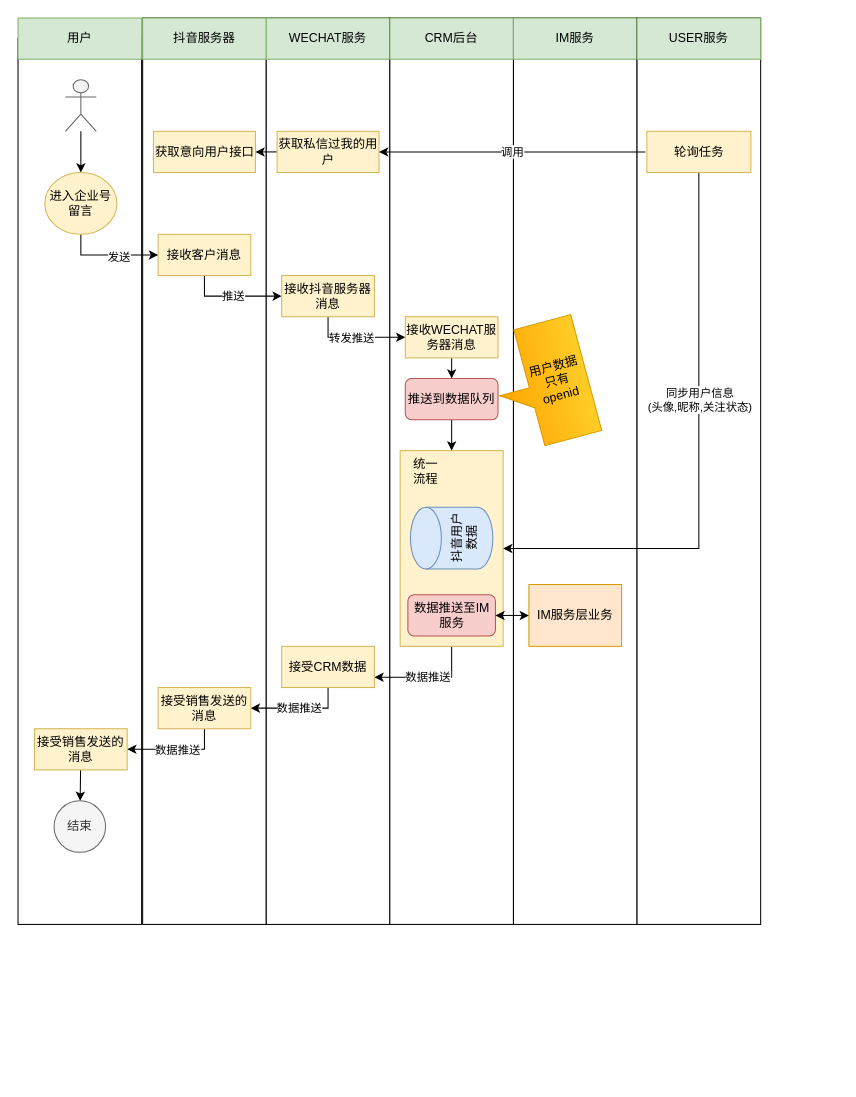
Above: sscf/Untitled Diagram.drawio in lixiansheng123/flow-chat (draw.io), before the change. Source tidied: cells renumbered, new cells numbered last; positions are measured from the earlier drawing's top-left corner, leaving out a move shared by most shapes. Both pictures are drawn from the tidied source at 103%, with x=0, y=0 at pixel (18, 18).
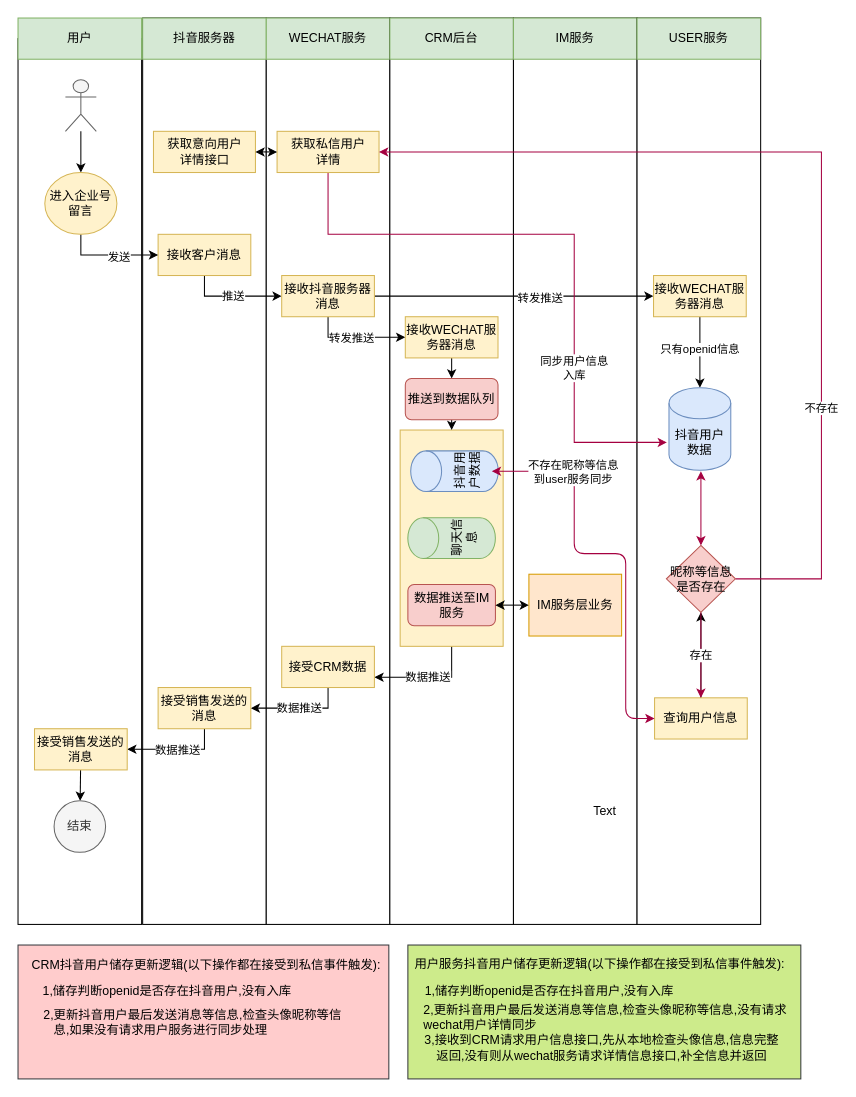
After the change.

Unchanged cells that the change refers to:
```xml
<mxCell id="24" value="接收抖音服务器消息" style="rounded=0;whiteSpace=wrap;html=1;fillColor=#fff2cc;strokeColor=#d6b656;" parent="1" vertex="1">
  <mxGeometry x="256" y="250" width="90" height="40" as="geometry" />
</mxCell>
```

The edit, as a diff of the source:
```diff
@@
+    <mxCell id="53" style="edgeStyle=orthogonalEdgeStyle;rounded=0;jettySize=auto;html=1;" parent="1" edge="1" source="24" target="59">
+      <mxGeometry relative="1" as="geometry" />
+    </mxCell>
+    <mxCell id="54" value="转发推送" style="edgeLabel;html=1;align=center;verticalAlign=middle;" parent="53" vertex="1">
+      <mxGeometry x="0.18" y="-1" relative="1" as="geometry" />
+    </mxCell>
@@
     <mxCell id="29" style="whiteSpace=wrap;html=1;fillColor=#fff2cc;strokeColor=#d6b656;" parent="1" vertex="1">
-      <mxGeometry x="371" y="420" width="100" height="190" as="geometry" />
+      <mxGeometry x="371" y="400" width="100" height="210" as="geometry" />
     </mxCell>
@@
-    <mxCell id="32" value="统一&lt;br&gt;流程" style="text;html=1;strokeColor=none;fillColor=none;align=center;verticalAlign=middle;whiteSpace=wrap;rounded=0;" parent="1" vertex="1">
-      <mxGeometry x="376" y="430" width="40" height="20" as="geometry" />
-    </mxCell>
     <mxCell id="33" value="抖音用户数据" style="shape=cylinder3;whiteSpace=wrap;html=1;boundedLbl=1;backgroundOutline=1;size=15;rotation=-90;fillColor=#dae8fc;strokeColor=#6c8ebf;" parent="1" vertex="1">
-      <mxGeometry x="391" y="465" width="60" height="80" as="geometry" />
+      <mxGeometry x="404" y="397.5" width="39.5" height="85" as="geometry" />
     </mxCell>
     <mxCell id="34" value="数据推送至IM服务" style="rounded=1;whiteSpace=wrap;html=1;fillColor=#f8cecc;strokeColor=#b85450;" parent="1" vertex="1">
-      <mxGeometry x="378.5" y="560" width="85" height="40" as="geometry" />
+      <mxGeometry x="378.5" y="550" width="85" height="40" as="geometry" />
     </mxCell>
     <mxCell id="35" value="IM服务层业务" style="rounded=0;whiteSpace=wrap;html=1;fillColor=#ffe6cc;strokeColor=#d79b00;" parent="1" vertex="1">
-      <mxGeometry x="496" y="550" width="90" height="60" as="geometry" />
+      <mxGeometry x="496" y="540" width="90" height="60" as="geometry" />
     </mxCell>
@@
-    <mxCell id="45" value="&lt;span&gt;用户数据只有openid&lt;/span&gt;" style="shape=callout;whiteSpace=wrap;html=1;perimeter=calloutPerimeter;rotation=-15;gradientColor=#ffa500;fillColor=#ffcd28;strokeColor=#d79b00;direction=south;" parent="1" vertex="1">
-      <mxGeometry x="466" y="297.2" width="87.1" height="116.5" as="geometry" />
-    </mxCell>
-    <mxCell id="46" style="edgeStyle=none;rounded=0;jettySize=auto;html=1;exitX=0;exitY=0.5;exitDx=0;exitDy=0;entryX=1;entryY=0.5;entryDx=0;entryDy=0;" parent="1" edge="1" source="47" target="48">
-      <mxGeometry relative="1" as="geometry" />
-    </mxCell>
+    <mxCell id="55" style="edgeStyle=orthogonalEdgeStyle;rounded=0;jettySize=auto;html=1;fillColor=#d80073;strokeColor=#A50040;" parent="1" edge="1" source="47">
+      <mxGeometry relative="1" as="geometry">
+        <mxPoint x="630" y="412" as="targetPoint" />
+        <Array as="points">
+          <mxPoint x="301" y="210" />
+          <mxPoint x="540" y="210" />
+          <mxPoint x="540" y="412" />
+        </Array>
+      </mxGeometry>
+    </mxCell>
+    <mxCell id="56" value="同步用户信息&lt;br&gt;入库" style="edgeLabel;html=1;align=center;verticalAlign=middle;" parent="55" vertex="1">
+      <mxGeometry x="0.45" y="-1" relative="1" as="geometry" />
+    </mxCell>
-    <mxCell id="47" value="获取私信过我的用户" style="rounded=0;whiteSpace=wrap;html=1;fillColor=#fff2cc;strokeColor=#d6b656;" parent="1" vertex="1">
+    <mxCell id="47" value="获取私信用户&lt;br&gt;详情" style="rounded=0;whiteSpace=wrap;html=1;fillColor=#fff2cc;strokeColor=#d6b656;" parent="1" vertex="1">
       <mxGeometry x="251.5" y="110" width="99" height="40" as="geometry" />
     </mxCell>
-    <mxCell id="48" value="获取意向用户接口" style="rounded=0;whiteSpace=wrap;html=1;fillColor=#fff2cc;strokeColor=#d6b656;" parent="1" vertex="1">
+    <mxCell id="48" value="获取意向用户&lt;br&gt;详情接口" style="rounded=0;whiteSpace=wrap;html=1;fillColor=#fff2cc;strokeColor=#d6b656;" parent="1" vertex="1">
       <mxGeometry x="131.5" y="110" width="99" height="40" as="geometry" />
     </mxCell>
-    <mxCell id="49" value="调用" style="edgeStyle=none;rounded=0;jettySize=auto;html=1;entryX=1;entryY=0.5;entryDx=0;entryDy=0;" parent="1" edge="1" target="47">
-      <mxGeometry relative="1" as="geometry">
-        <mxPoint x="609" y="130" as="sourcePoint" />
-      </mxGeometry>
-    </mxCell>
-    <mxCell id="50" style="edgeStyle=none;rounded=0;jettySize=auto;html=1;entryX=1;entryY=0.5;entryDx=0;entryDy=0;" parent="1" edge="1" source="52" target="29">
-      <mxGeometry relative="1" as="geometry">
-        <Array as="points">
-          <mxPoint x="661" y="515" />
-        </Array>
-      </mxGeometry>
-    </mxCell>
-    <mxCell id="51" value="同步用户信息&lt;br&gt;(头像,昵称,关注状态)" style="edgeLabel;html=1;align=center;verticalAlign=middle;" parent="50" vertex="1">
-      <mxGeometry x="0.25" y="1" relative="1" as="geometry">
-        <mxPoint x="-1" y="-127" as="offset" />
-      </mxGeometry>
-    </mxCell>
-    <mxCell id="52" value="轮询任务" style="whiteSpace=wrap;html=1;fillColor=#fff2cc;strokeColor=#d6b656;" parent="1" vertex="1">
-      <mxGeometry x="610.5" y="110" width="101" height="40" as="geometry" />
-    </mxCell>
+    <mxCell id="57" style="edgeStyle=orthogonalEdgeStyle;rounded=0;jettySize=auto;html=1;" parent="1" edge="1" source="59" target="60">
+      <mxGeometry relative="1" as="geometry" />
+    </mxCell>
+    <mxCell id="58" value="只有openid信息" style="edgeLabel;html=1;align=center;verticalAlign=middle;" parent="57" vertex="1">
+      <mxGeometry x="-0.1" y="-1" relative="1" as="geometry" />
+    </mxCell>
+    <mxCell id="59" value="接收WECHAT服务器消息" style="rounded=0;whiteSpace=wrap;html=1;fillColor=#fff2cc;strokeColor=#d6b656;" parent="1" vertex="1">
+      <mxGeometry x="617" y="250" width="90" height="40" as="geometry" />
+    </mxCell>
+    <mxCell id="60" value="抖音用户数据" style="shape=cylinder3;whiteSpace=wrap;html=1;boundedLbl=1;backgroundOutline=1;size=15;rotation=0;fillColor=#dae8fc;strokeColor=#6c8ebf;" parent="1" vertex="1">
+      <mxGeometry x="632" y="359" width="60" height="80" as="geometry" />
+    </mxCell>
+    <mxCell id="61" style="edgeStyle=orthogonalEdgeStyle;rounded=0;jettySize=auto;html=1;exitX=0.5;exitY=0;exitDx=0;exitDy=0;entryX=0.5;entryY=1;entryDx=0;entryDy=0;" parent="1" edge="1" source="62" target="67">
+      <mxGeometry relative="1" as="geometry" />
+    </mxCell>
+    <mxCell id="62" value="查询用户信息" style="rounded=0;whiteSpace=wrap;html=1;fillColor=#fff2cc;strokeColor=#d6b656;" parent="1" vertex="1">
+      <mxGeometry x="618" y="660" width="90" height="40" as="geometry" />
+    </mxCell>
+    <mxCell id="63" value="聊天信息" style="shape=cylinder3;whiteSpace=wrap;html=1;boundedLbl=1;backgroundOutline=1;size=15;rotation=-90;fillColor=#d5e8d4;strokeColor=#82b366;" parent="1" vertex="1">
+      <mxGeometry x="401.2" y="462.5" width="39.5" height="85" as="geometry" />
+    </mxCell>
+    <mxCell id="64" style="edgeStyle=orthogonalEdgeStyle;rounded=0;jettySize=auto;html=1;exitX=1;exitY=0.5;exitDx=0;exitDy=0;entryX=1;entryY=0.5;entryDx=0;entryDy=0;fillColor=#d80073;strokeColor=#A50040;" parent="1" edge="1" source="67" target="47">
+      <mxGeometry relative="1" as="geometry">
+        <Array as="points">
+          <mxPoint x="780" y="545" />
+          <mxPoint x="780" y="130" />
+        </Array>
+      </mxGeometry>
+    </mxCell>
+    <mxCell id="65" value="不存在" style="edgeLabel;html=1;align=center;verticalAlign=middle;" parent="64" vertex="1">
+      <mxGeometry x="-0.46" y="1" relative="1" as="geometry" />
+    </mxCell>
+    <mxCell id="66" value="存在" style="edgeStyle=orthogonalEdgeStyle;rounded=0;jettySize=auto;html=1;entryX=0.5;entryY=0;entryDx=0;entryDy=0;fillColor=#d80073;strokeColor=#A50040;" parent="1" edge="1" source="67" target="62">
+      <mxGeometry relative="1" as="geometry" />
+    </mxCell>
+    <mxCell id="67" value="昵称等信息是否存在" style="rhombus;whiteSpace=wrap;html=1;fillColor=#f8cecc;strokeColor=#b85450;" parent="1" vertex="1">
+      <mxGeometry x="629.5" y="512" width="67" height="65" as="geometry" />
+    </mxCell>
+    <mxCell id="68" style="endArrow=classic;startArrow=classic;html=1;exitX=0.5;exitY=0;exitDx=0;exitDy=0;fillColor=#d80073;strokeColor=#A50040;" parent="1" edge="1" source="67">
+      <mxGeometry relative="1" as="geometry">
+        <mxPoint x="663" y="440" as="targetPoint" />
+      </mxGeometry>
+    </mxCell>
+    <mxCell id="69" style="endArrow=classic;startArrow=classic;html=1;entryX=0;entryY=0.5;entryDx=0;entryDy=0;fillColor=#d80073;strokeColor=#A50040;" parent="1" edge="1" target="62">
+      <mxGeometry relative="1" as="geometry">
+        <mxPoint x="460" y="440" as="sourcePoint" />
+        <Array as="points">
+          <mxPoint x="540" y="440" />
+          <mxPoint x="540" y="520" />
+          <mxPoint x="590" y="520" />
+          <mxPoint x="590" y="630" />
+          <mxPoint x="590" y="680" />
+        </Array>
+      </mxGeometry>
+    </mxCell>
+    <mxCell id="70" value="&lt;font color=&quot;#000000&quot;&gt;不存在昵称等信息&lt;br&gt;到user服务同步&lt;/font&gt;" style="edgeLabel;html=1;align=center;verticalAlign=middle;fontColor=#0000FF;" parent="69" vertex="1">
+      <mxGeometry x="-0.6" y="-2" relative="1" as="geometry" />
+    </mxCell>
+    <mxCell id="71" style="endArrow=classic;startArrow=classic;html=1;exitX=1;exitY=0.5;exitDx=0;exitDy=0;entryX=0;entryY=0.5;entryDx=0;entryDy=0;" parent="1" edge="1" source="48" target="47">
+      <mxGeometry relative="1" as="geometry" />
+    </mxCell>
+    <mxCell id="72" style="rounded=0;whiteSpace=wrap;html=1;fillColor=#ffcccc;strokeColor=#36393d;" parent="1" vertex="1">
+      <mxGeometry y="900" width="360" height="130" as="geometry" />
+    </mxCell>
+    <mxCell id="73" value="Text" style="text;html=1;strokeColor=none;fillColor=none;align=center;verticalAlign=middle;whiteSpace=wrap;rounded=0;fontColor=#000000;" parent="1" vertex="1">
+      <mxGeometry x="550" y="760" width="40" height="20" as="geometry" />
+    </mxCell>
+    <mxCell id="74" value="CRM抖音用户储存更新逻辑(以下操作都在接受到私信事件触发):" style="text;html=1;strokeColor=none;fillColor=none;align=center;verticalAlign=middle;whiteSpace=wrap;rounded=0;fontColor=#000000;" parent="1" vertex="1">
+      <mxGeometry x="6" y="910" width="354" height="20" as="geometry" />
+    </mxCell>
+    <mxCell id="75" value="1,储存判断openid是否存在抖音用户,没有入库" style="text;html=1;strokeColor=none;fillColor=none;align=center;verticalAlign=middle;whiteSpace=wrap;rounded=0;fontColor=#000000;" parent="1" vertex="1">
+      <mxGeometry y="930" width="290" height="30" as="geometry" />
+    </mxCell>
+    <mxCell id="76" value="2,更新抖音用户最后发送消息等信息,检查头像昵称等信&amp;nbsp; &amp;nbsp; &amp;nbsp; &amp;nbsp;息,如果没有请求用户服务进行同步处理" style="text;html=1;strokeColor=none;fillColor=none;align=left;verticalAlign=middle;whiteSpace=wrap;rounded=0;fontColor=#000000;" parent="1" vertex="1">
+      <mxGeometry x="23" y="960" width="304" height="30" as="geometry" />
+    </mxCell>
+    <mxCell id="77" style="rounded=0;whiteSpace=wrap;html=1;fillColor=#cdeb8b;strokeColor=#36393d;" parent="1" vertex="1">
+      <mxGeometry x="378.5" y="900" width="381.5" height="130" as="geometry" />
+    </mxCell>
+    <mxCell id="78" value="用户服务抖音用户储存更新逻辑(以下操作都在接受到私信事件触发):" style="text;html=1;strokeColor=none;fillColor=none;align=center;verticalAlign=middle;whiteSpace=wrap;rounded=0;fontColor=#000000;" parent="1" vertex="1">
+      <mxGeometry x="378.5" y="909" width="371.5" height="20" as="geometry" />
+    </mxCell>
+    <mxCell id="79" value="1,储存判断openid是否存在抖音用户,没有入库" style="text;html=1;strokeColor=none;fillColor=none;align=center;verticalAlign=middle;whiteSpace=wrap;rounded=0;fontColor=#000000;" parent="1" vertex="1">
+      <mxGeometry x="371" y="930" width="290" height="30" as="geometry" />
+    </mxCell>
+    <mxCell id="80" value="2,更新抖音用户最后发送消息等信息,&lt;span&gt;检查头像昵称等信息,没有请求wechat用户详情同步&lt;/span&gt;" style="text;html=1;strokeColor=none;fillColor=none;align=left;verticalAlign=middle;whiteSpace=wrap;rounded=0;fontColor=#000000;" parent="1" vertex="1">
+      <mxGeometry x="392" y="960" width="368" height="20" as="geometry" />
+    </mxCell>
+    <mxCell id="81" value="3,接收到CRM请求用户信息接口,先从本地检查头像信息,信息完整&lt;br&gt;返回,没有则从wechat服务请求详情信息接口,补全信息并返回" style="text;html=1;strokeColor=none;fillColor=none;align=center;verticalAlign=middle;whiteSpace=wrap;rounded=0;fontColor=#000000;" parent="1" vertex="1">
+      <mxGeometry x="388" y="990" width="358" height="20" as="geometry" />
+    </mxCell>
```
